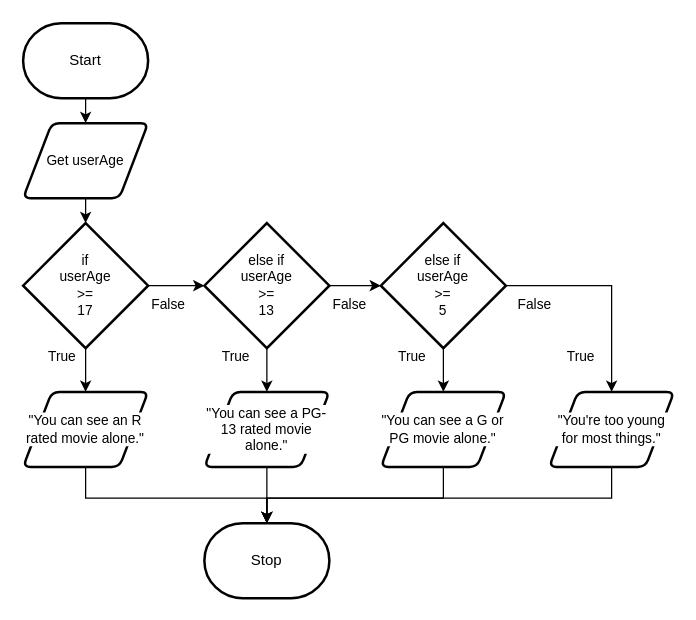
MTHS-ICD2O-1-2024/ICD2O-Unit-5-03-peter-zerbinos keeps this draw.io diagram as design/flowchart.drawio. Above is the earlier version. Source tidied: cells renumbered, new cells numbered last; positions are measured from the earlier drawing's top-left corner, leaving out a move shared by most shapes. Both pictures are drawn from the tidied source at 125%, with x=0, y=0 at pixel (22, 22).
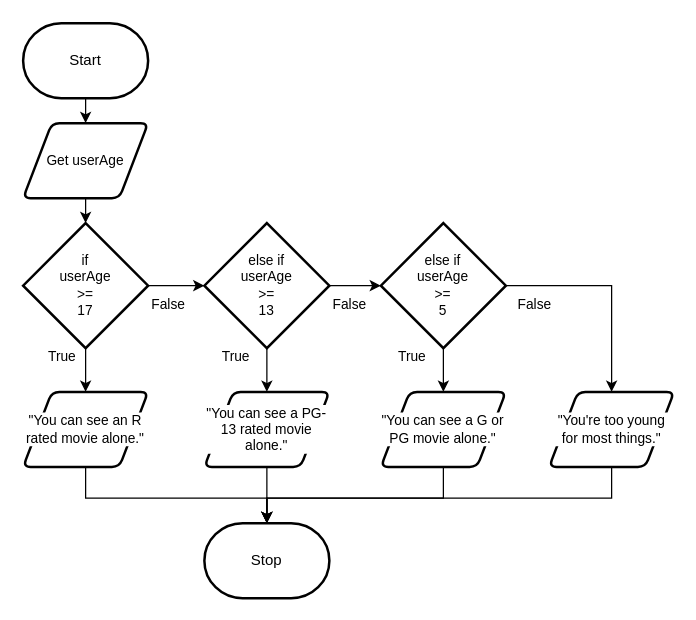
Above is the later version.

Diff of the diagram source:
```diff
@@
-    <mxCell id="30" value="True" style="text;html=1;align=center;verticalAlign=middle;strokeColor=none;fillColor=none;fontFamily=Helvetica;fontSize=11;fontColor=default;labelBackgroundColor=default;" parent="1" vertex="1">
-      <mxGeometry x="420.8" y="252" width="50" height="30" as="geometry" />
-    </mxCell>
```
